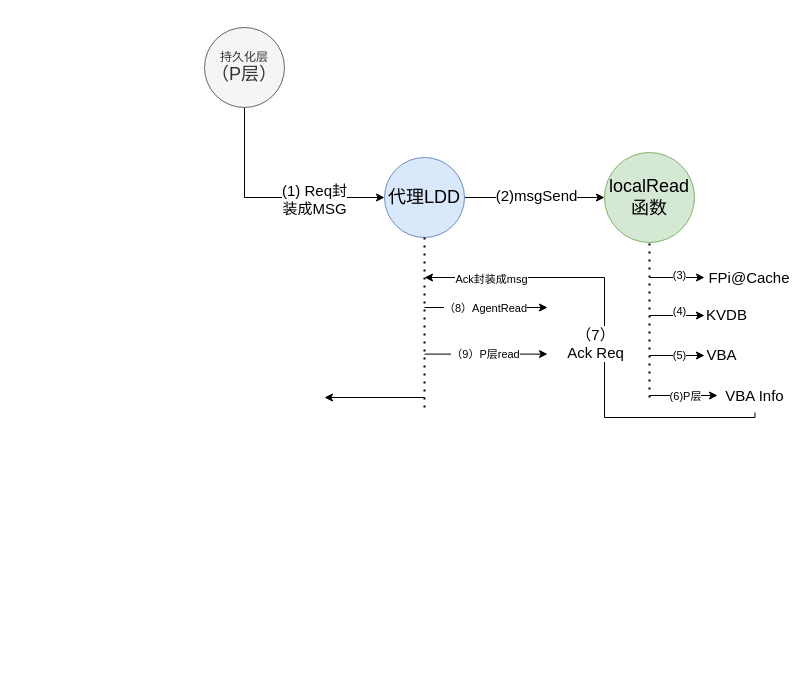
The draw.io diagram MSG转发.drawio in 1152545264/DrawioPaint, before the edit. Source tidied: cells renumbered, new cells numbered last; positions are measured from the earlier drawing's top-left corner, leaving out a move shared by most shapes. Both pictures are drawn from the tidied source at 100%, with x=0, y=0 at pixel (204, 27).
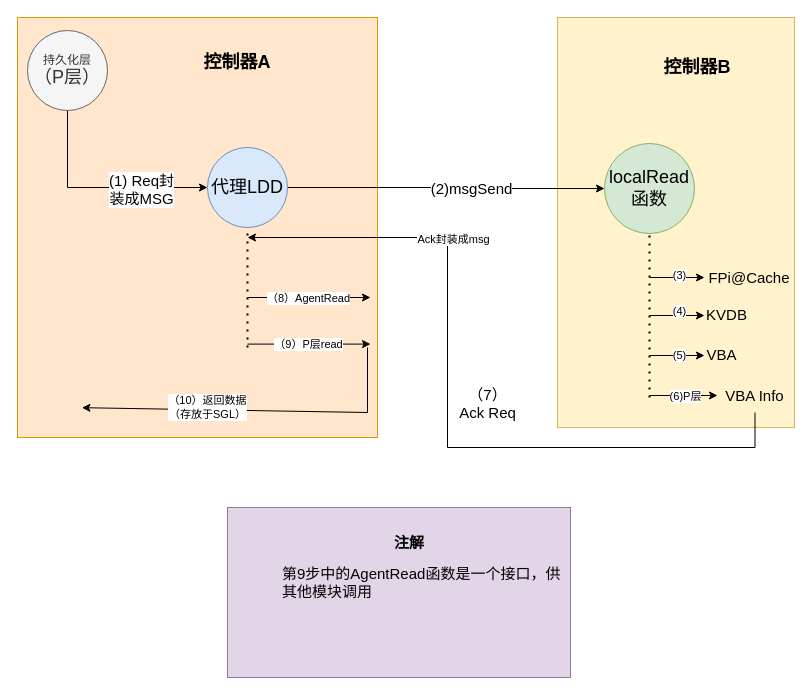
The same page after the edit.

The change refers to these unchanged cells:
```xml
<mxCell id="5" style="edgeStyle=orthogonalEdgeStyle;rounded=0;jettySize=auto;html=1;entryX=0;entryY=0.5;entryDx=0;entryDy=0;" parent="1" edge="1" source="7" target="8">
  <mxGeometry relative="1" as="geometry" />
</mxCell>
<mxCell id="21" value="&lt;font style=&quot;font-size: 15px;&quot;&gt;VBA Info&lt;/font&gt;" style="text;strokeColor=none;align=center;fillColor=none;html=1;verticalAlign=middle;whiteSpace=wrap;rounded=0;" parent="1" vertex="1">
  <mxGeometry x="513" y="351" width="75" height="34" as="geometry" />
</mxCell>
```

What changed in the source:
```diff
@@
+    <mxCell id="31" style="rounded=0;whiteSpace=wrap;html=1;fillColor=#ffe6cc;strokeColor=#d79b00;" parent="1" vertex="1">
+      <mxGeometry x="-187" y="-10" width="360" height="420" as="geometry" />
+    </mxCell>
+    <mxCell id="32" style="rounded=0;whiteSpace=wrap;html=1;fillColor=#fff2cc;strokeColor=#d6b656;" parent="1" vertex="1">
+      <mxGeometry x="353" y="-10" width="237" height="410" as="geometry" />
+    </mxCell>
@@
     <mxCell id="4" value="持久化层&lt;br style=&quot;border-color: var(--border-color); color: rgb(51, 51, 51); font-size: 18px;&quot;&gt;&lt;span style=&quot;color: rgb(51, 51, 51); font-size: 18px;&quot;&gt;（P层）&lt;/span&gt;" style="ellipse;whiteSpace=wrap;html=1;fillColor=#f5f5f5;fontColor=#333333;strokeColor=#666666;" parent="1" vertex="1">
-      <mxGeometry width="80" height="80" as="geometry" />
+      <mxGeometry x="-177" y="3" width="80" height="80" as="geometry" />
     </mxCell>
@@
     <mxCell id="6" value="&lt;font style=&quot;font-size: 15px;&quot;&gt;(2)msgSend&lt;/font&gt;" style="edgeLabel;html=1;align=center;verticalAlign=middle;" parent="5" vertex="1">
       <mxGeometry x="-0.19" y="3" relative="1" as="geometry">
-        <mxPoint x="14" as="offset" />
+        <mxPoint x="54" y="3" as="offset" />
       </mxGeometry>
     </mxCell>
     <mxCell id="7" value="&lt;font style=&quot;font-size: 18px;&quot;&gt;代理LDD&lt;/font&gt;" style="ellipse;whiteSpace=wrap;html=1;fillColor=#dae8fc;strokeColor=#6c8ebf;" parent="1" vertex="1">
-      <mxGeometry x="180" y="130" width="80" height="80" as="geometry" />
+      <mxGeometry x="3" y="120" width="80" height="80" as="geometry" />
     </mxCell>
     <mxCell id="8" value="&lt;span style=&quot;font-size: 18px;&quot;&gt;localRead&lt;br&gt;函数&lt;br&gt;&lt;/span&gt;" style="ellipse;whiteSpace=wrap;html=1;fillColor=#d5e8d4;strokeColor=#82b366;" parent="1" vertex="1">
-      <mxGeometry x="400" y="125" width="90" height="90" as="geometry" />
+      <mxGeometry x="400" y="116" width="90" height="90" as="geometry" />
     </mxCell>
@@
     <mxCell id="18" style="edgeStyle=orthogonalEdgeStyle;rounded=0;jettySize=auto;html=1;" parent="1" edge="1" source="21">
       <mxGeometry relative="1" as="geometry">
-        <mxPoint x="220" y="250" as="targetPoint" />
+        <mxPoint x="43" y="210" as="targetPoint" />
         <Array as="points">
-          <mxPoint x="550" y="390" />
-          <mxPoint x="400" y="390" />
-          <mxPoint x="400" y="250" />
+          <mxPoint x="551" y="420" />
+          <mxPoint x="243" y="420" />
+          <mxPoint x="243" y="210" />
         </Array>
       </mxGeometry>
     </mxCell>
@@
     <mxCell id="20" value="Ack封装成msg" style="edgeLabel;html=1;align=center;verticalAlign=middle;" parent="18" vertex="1">
-      <mxGeometry x="0.72" y="1" relative="1" as="geometry" />
+      <mxGeometry x="0.72" y="1" relative="1" as="geometry">
+        <mxPoint x="100" as="offset" />
+      </mxGeometry>
     </mxCell>
@@
     <mxCell id="24" style="endArrow=classic;html=1;rounded=0;" parent="1" edge="1">
       <mxGeometry relative="1" as="geometry">
-        <mxPoint x="220" y="280" as="sourcePoint" />
-        <mxPoint x="343" y="280" as="targetPoint" />
+        <mxPoint x="43" y="270" as="sourcePoint" />
+        <mxPoint x="166" y="270" as="targetPoint" />
       </mxGeometry>
     </mxCell>
@@
     <mxCell id="26" style="endArrow=classic;html=1;rounded=0;" parent="1" edge="1">
       <mxGeometry relative="1" as="geometry">
-        <mxPoint x="220" y="326.6" as="sourcePoint" />
-        <mxPoint x="343" y="326.6" as="targetPoint" />
+        <mxPoint x="43" y="316.6" as="sourcePoint" />
+        <mxPoint x="166" y="316.6" as="targetPoint" />
       </mxGeometry>
     </mxCell>
@@
     <mxCell id="28" style="endArrow=none;dashed=1;html=1;dashPattern=1 3;strokeWidth=2;rounded=0;entryX=0.5;entryY=1;entryDx=0;entryDy=0;" parent="1" edge="1" target="7">
       <mxGeometry relative="1" as="geometry">
-        <mxPoint x="220" y="380" as="sourcePoint" />
+        <mxPoint x="43" y="320" as="sourcePoint" />
       </mxGeometry>
     </mxCell>
@@
-    <mxCell id="30" style="endArrow=classic;html=1;rounded=0;" parent="1" edge="1">
-      <mxGeometry relative="1" as="geometry">
-        <mxPoint x="220" y="370" as="sourcePoint" />
-        <mxPoint x="120" y="370" as="targetPoint" />
-      </mxGeometry>
-    </mxCell>
+    <mxCell id="33" value="&lt;font style=&quot;font-size: 18px;&quot;&gt;&lt;b&gt;控制器A&lt;/b&gt;&lt;/font&gt;" style="text;strokeColor=none;align=center;fillColor=none;html=1;verticalAlign=middle;whiteSpace=wrap;rounded=0;" parent="1" vertex="1">
+      <mxGeometry x="-7" y="20" width="80" height="30" as="geometry" />
+    </mxCell>
+    <mxCell id="34" value="&lt;font style=&quot;font-size: 18px;&quot;&gt;&lt;b&gt;控制器B&lt;/b&gt;&lt;/font&gt;" style="text;strokeColor=none;align=center;fillColor=none;html=1;verticalAlign=middle;whiteSpace=wrap;rounded=0;" parent="1" vertex="1">
+      <mxGeometry x="453" y="25" width="80" height="30" as="geometry" />
+    </mxCell>
+    <mxCell id="35" style="endArrow=classic;html=1;rounded=0;entryX=0.179;entryY=0.929;entryDx=0;entryDy=0;entryPerimeter=0;" parent="1" edge="1" target="31">
+      <mxGeometry relative="1" as="geometry">
+        <mxPoint x="163" y="320" as="sourcePoint" />
+        <Array as="points">
+          <mxPoint x="163" y="385" />
+        </Array>
+      </mxGeometry>
+    </mxCell>
+    <mxCell id="36" value="（10）返回数据&lt;br&gt;（存放于SGL）" style="edgeLabel;html=1;align=center;verticalAlign=middle;" parent="35" vertex="1">
+      <mxGeometry x="0.29" y="-3" relative="1" as="geometry" />
+    </mxCell>
+    <mxCell id="37" style="group;" parent="1" vertex="1">
+      <mxGeometry x="23" y="480" width="343" height="170" as="geometry" />
+    </mxCell>
+    <mxCell id="38" style="whiteSpace=wrap;html=1;fillColor=#e1d5e7;strokeColor=#9673a6;" parent="37" vertex="1">
+      <mxGeometry width="343" height="170" as="geometry" />
+    </mxCell>
+    <mxCell id="39" value="&lt;font style=&quot;font-size: 15px;&quot;&gt;第9步中的AgentRead函数是一个接口，供其他模块调用&lt;/font&gt;" style="text;strokeColor=none;align=left;fillColor=none;html=1;verticalAlign=middle;whiteSpace=wrap;rounded=0;" parent="37" vertex="1">
+      <mxGeometry x="53" y="60" width="290" height="30" as="geometry" />
+    </mxCell>
+    <mxCell id="40" value="&lt;font style=&quot;font-size: 15px;&quot;&gt;&lt;b&gt;注解&lt;/b&gt;&lt;/font&gt;" style="text;strokeColor=none;align=center;fillColor=none;html=1;verticalAlign=middle;whiteSpace=wrap;rounded=0;" parent="37" vertex="1">
+      <mxGeometry x="151.5" y="20" width="60" height="30" as="geometry" />
+    </mxCell>
```
